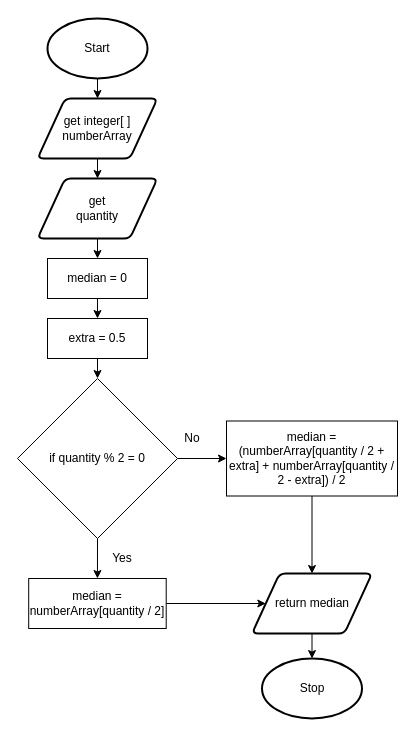
The draw.io diagram drawio/median.drawio in Aidan-Lalonde-Novales/ics4u-unit1-06-typescript, before the edit. Source tidied: cells renumbered, new cells numbered last; positions are measured from the earlier drawing's top-left corner, leaving out a move shared by most shapes. Both pictures are drawn from the tidied source at 100%, with x=0, y=0 at pixel (17, 18).
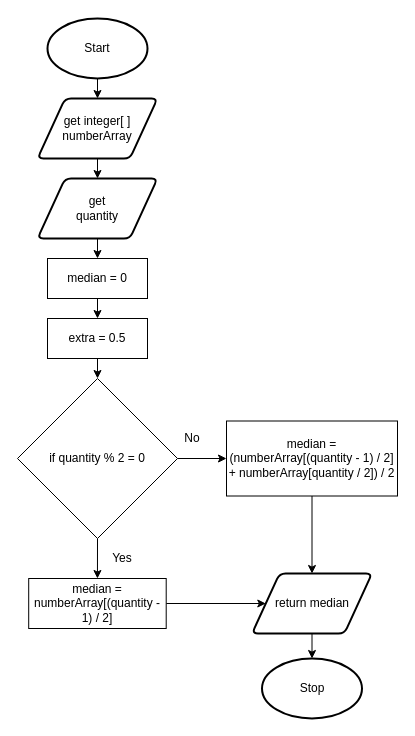
The same diagram, later.

Diff of the diagram source:
```diff
@@
-    <mxCell id="8" value="median = (numberArray[quantity / 2 + extra] + numberArray[quantity / 2 - extra]) / 2" style="rounded=0;whiteSpace=wrap;html=1;" parent="1" vertex="1">
+    <mxCell id="8" value="median = (numberArray[(quantity - 1) / 2] + numberArray[quantity / 2]) / 2" style="rounded=0;whiteSpace=wrap;html=1;" parent="1" vertex="1">
       <mxGeometry x="209" y="402.5" width="171" height="75" as="geometry" />
     </mxCell>
@@
-    <mxCell id="21" value="median = numberArray[quantity / 2]" style="rounded=0;whiteSpace=wrap;html=1;" parent="1" vertex="1">
+    <mxCell id="21" value="median = numberArray[(quantity - 1) / 2]" style="rounded=0;whiteSpace=wrap;html=1;" parent="1" vertex="1">
       <mxGeometry x="11.2" y="560" width="137.5" height="50" as="geometry" />
     </mxCell>
```
